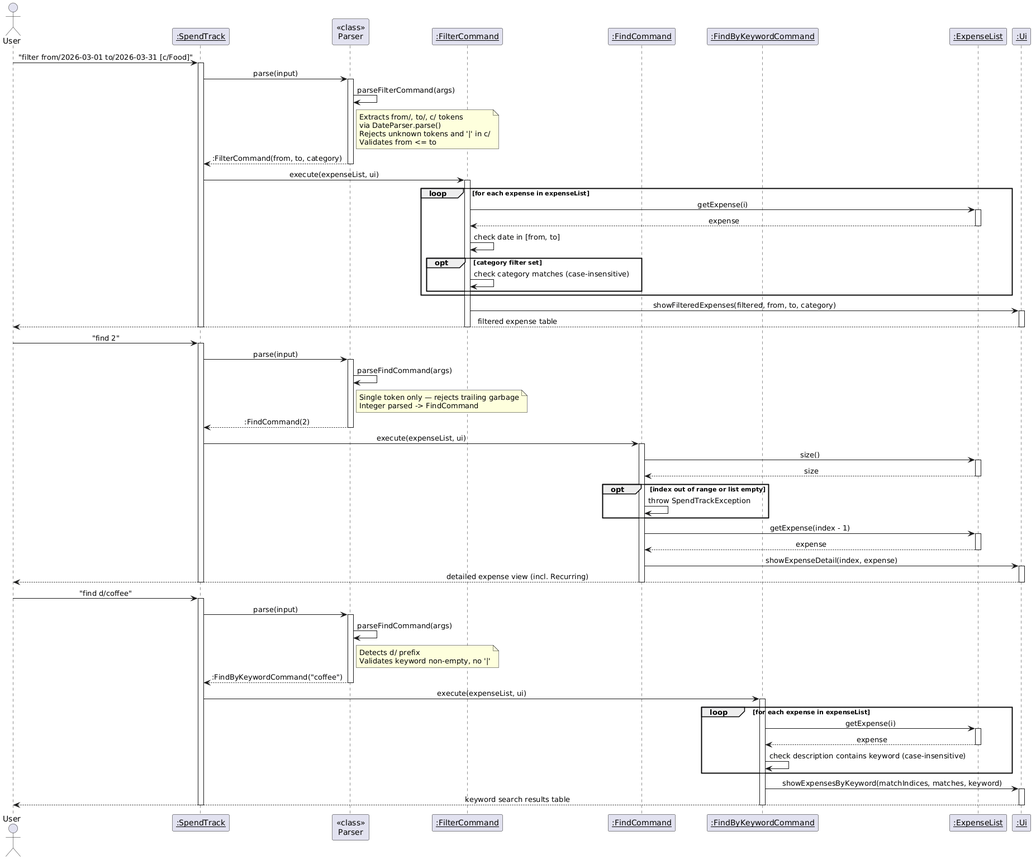
Earlier version of the PlantUML export docs/images/FilterFindSequence.png (AbhijitBalajee/tp). Its diagram source:
```plantuml
@startuml
!define BGCOLOR white
skinparam backgroundColor BGCOLOR
skinparam sequenceMessageAlign center

actor User
participant "<u>:SpendTrack</u>" as ST
participant "<<class>>\nParser" as P
participant "<u>:FilterCommand</u>" as FC
participant "<u>:FindCommand</u>" as FNC
participant "<u>:FindByKeywordCommand</u>" as FKC
participant "<u>:ExpenseList</u>" as EL
participant "<u>:Ui</u>" as UI

User -> ST : "filter from/2026-03-01 to/2026-03-31 [c/Food]"
activate ST

ST -> P : parse(input)
activate P
P -> P : parseFilterCommand(args)
note right of P
  Extracts from/, to/, c/ tokens
  via DateParser.parse()
  Rejects unknown tokens and '|' in c/
  Validates from <= to
end note
P --> ST : :FilterCommand(from, to, category)
deactivate P

ST -> FC : execute(expenseList, ui)
activate FC

loop for each expense in expenseList
    FC -> EL : getExpense(i)
    activate EL
    EL --> FC : expense
    deactivate EL
    FC -> FC : check date in [from, to]
    opt category filter set
        FC -> FC : check category matches (case-insensitive)
    end
end

FC -> UI : showFilteredExpenses(filtered, from, to, category)
activate UI
UI --> User : filtered expense table
deactivate UI
deactivate FC
deactivate ST

User -> ST : "find 2"
activate ST

ST -> P : parse(input)
activate P
P -> P : parseFindCommand(args)
note right of P
  Single token only — rejects trailing garbage
  Integer parsed -> FindCommand
end note
P --> ST : :FindCommand(2)
deactivate P

ST -> FNC : execute(expenseList, ui)
activate FNC

FNC -> EL : size()
activate EL
EL --> FNC : size
deactivate EL

opt index out of range or list empty
    FNC -> FNC : throw SpendTrackException
end

FNC -> EL : getExpense(index - 1)
activate EL
EL --> FNC : expense
deactivate EL
FNC -> UI : showExpenseDetail(index, expense)
activate UI
UI --> User : detailed expense view (incl. Recurring)
deactivate UI

deactivate FNC
deactivate ST

User -> ST : "find d/coffee"
activate ST

ST -> P : parse(input)
activate P
P -> P : parseFindCommand(args)
note right of P
  Detects d/ prefix
  Validates keyword non-empty, no '|'
end note
P --> ST : :FindByKeywordCommand("coffee")
deactivate P

ST -> FKC : execute(expenseList, ui)
activate FKC

loop for each expense in expenseList
    FKC -> EL : getExpense(i)
    activate EL
    EL --> FKC : expense
    deactivate EL
    FKC -> FKC : check description contains keyword (case-insensitive)
end

FKC -> UI : showExpensesByKeyword(matchIndices, matches, keyword)
activate UI
UI --> User : keyword search results table
deactivate UI
deactivate FKC
deactivate ST
@enduml
```
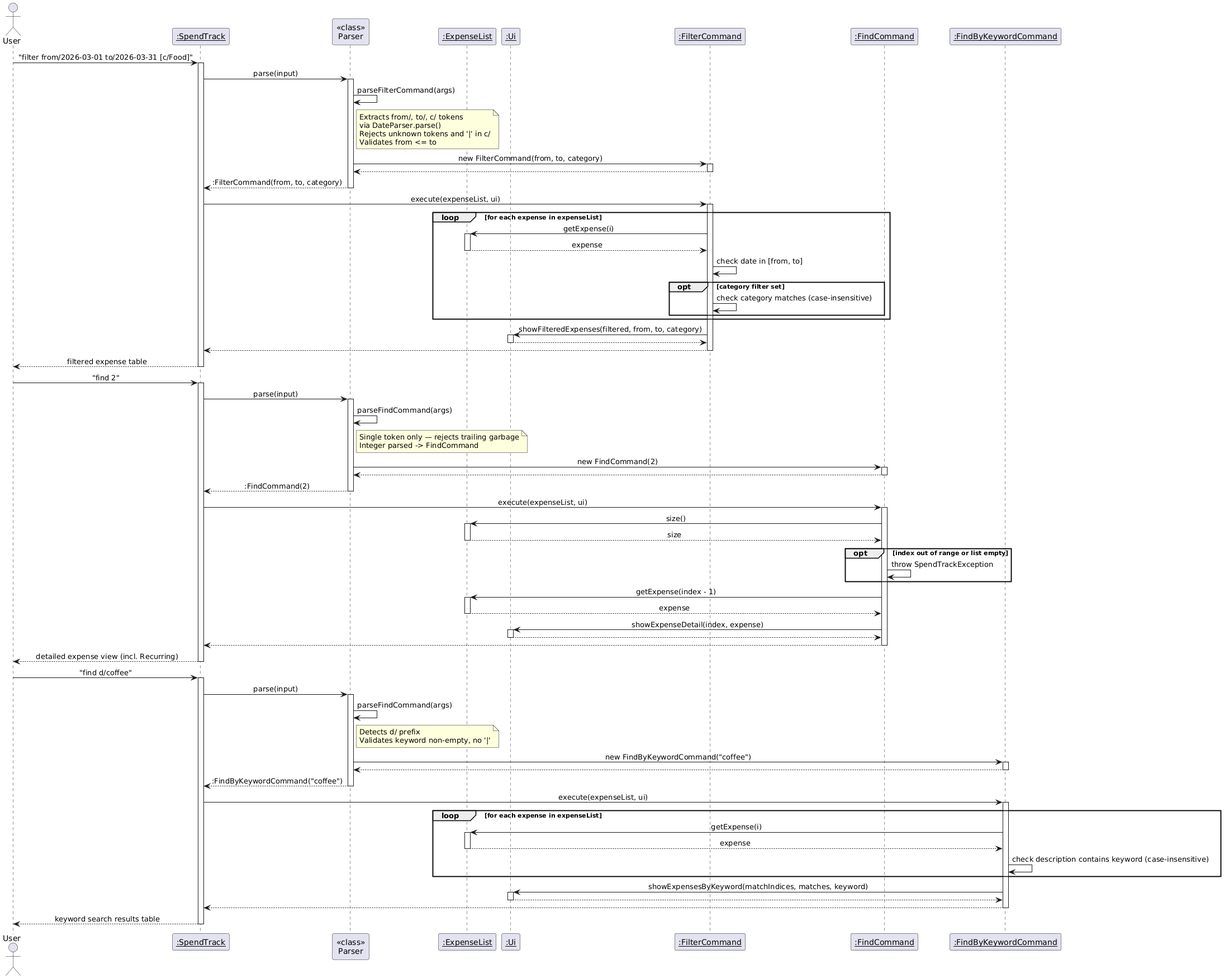
Above is the later version.

What changed in the source:
```diff
@@ -24,6 +24,11 @@
   Rejects unknown tokens and '|' in c/
   Validates from <= to
 end note
+create "<u>:FilterCommand</u>" as FC
+P -> FC : new FilterCommand(from, to, category)
+activate FC
+FC --> P
+deactivate FC
 P --> ST : :FilterCommand(from, to, category)
 deactivate P
 
@@ -43,9 +48,11 @@
 
 FC -> UI : showFilteredExpenses(filtered, from, to, category)
 activate UI
-UI --> User : filtered expense table
+UI --> FC
 deactivate UI
+FC --> ST
 deactivate FC
+ST --> User : filtered expense table
 deactivate ST
 
 User -> ST : "find 2"
@@ -58,6 +65,11 @@
   Single token only — rejects trailing garbage
   Integer parsed -> FindCommand
 end note
+create "<u>:FindCommand</u>" as FNC
+P -> FNC : new FindCommand(2)
+activate FNC
+FNC --> P
+deactivate FNC
 P --> ST : :FindCommand(2)
 deactivate P
 
@@ -79,10 +91,11 @@
 deactivate EL
 FNC -> UI : showExpenseDetail(index, expense)
 activate UI
-UI --> User : detailed expense view (incl. Recurring)
+UI --> FNC
 deactivate UI
-
+FNC --> ST
 deactivate FNC
+ST --> User : detailed expense view (incl. Recurring)
 deactivate ST
 
 User -> ST : "find d/coffee"
@@ -95,6 +108,11 @@
   Detects d/ prefix
   Validates keyword non-empty, no '|'
 end note
+create "<u>:FindByKeywordCommand</u>" as FKC
+P -> FKC : new FindByKeywordCommand("coffee")
+activate FKC
+FKC --> P
+deactivate FKC
 P --> ST : :FindByKeywordCommand("coffee")
 deactivate P
 
@@ -111,8 +129,10 @@
 
 FKC -> UI : showExpensesByKeyword(matchIndices, matches, keyword)
 activate UI
-UI --> User : keyword search results table
+UI --> FKC
 deactivate UI
+FKC --> ST
 deactivate FKC
+ST --> User : keyword search results table
 deactivate ST
 @enduml
```
